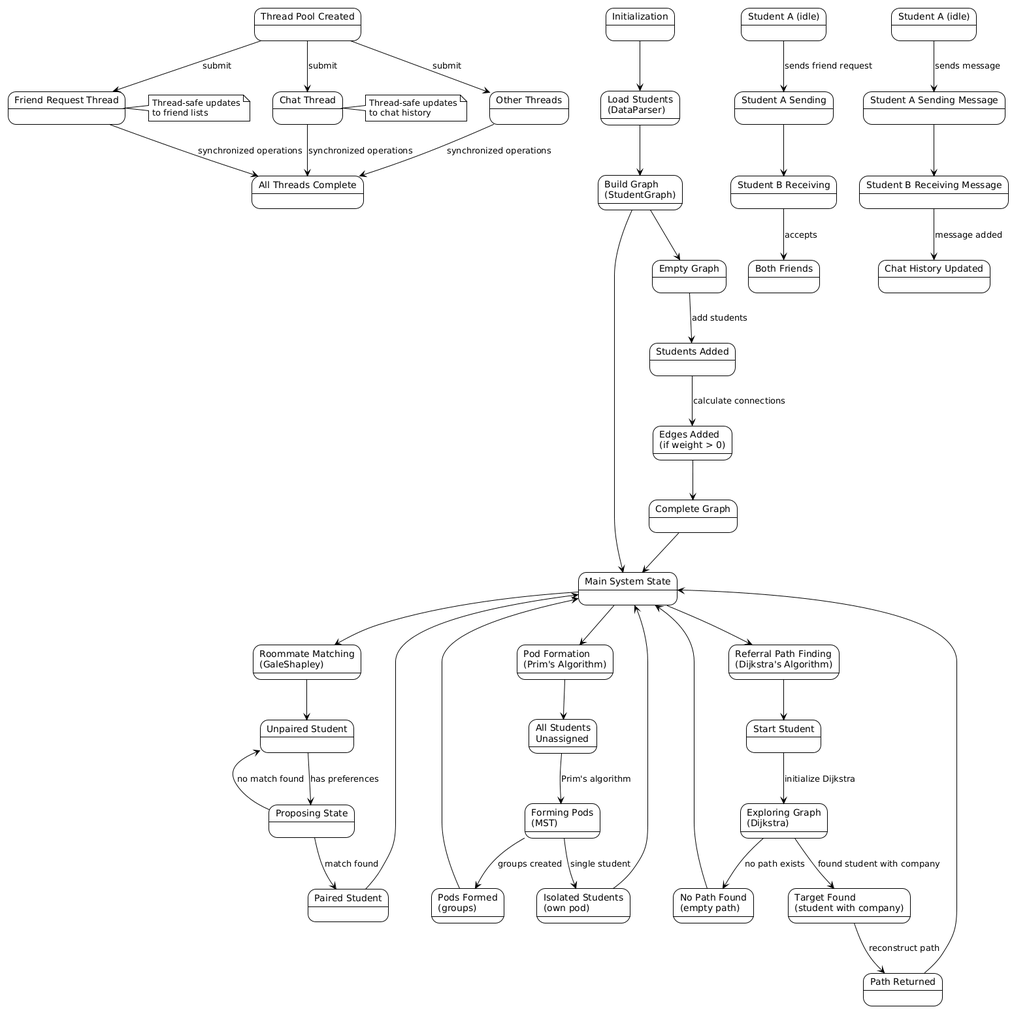
Earlier version of the PlantUML export State_Diagram.png (RyaneLi/LonghornNetwork). The source it was exported from:
```plantuml
@startuml
!theme plain

state "Initialization" as Init
state "Load Students\n(DataParser)" as Load
state "Build Graph\n(StudentGraph)" as Build
state "Main System State" as MainState

Init --> Load
Load --> Build
Build --> MainState

state "Roommate Matching\n(GaleShapley)" as Roommate
state "Pod Formation\n(Prim's Algorithm)" as Pod
state "Referral Path Finding\n(Dijkstra's Algorithm)" as Referral

MainState --> Roommate
MainState --> Pod
MainState --> Referral

state "Unpaired Student" as Unpaired
state "Proposing State" as Proposing
state "Paired Student" as Paired

Unpaired --> Proposing : has preferences
Proposing --> Paired : match found
Proposing --> Unpaired : no match found

Roommate --> Unpaired
Paired --> MainState

state "Student A (idle)" as IdleA
state "Student A Sending" as SendingA
state "Student B Receiving" as ReceivingB
state "Both Friends" as Friends

IdleA --> SendingA : sends friend request
SendingA --> ReceivingB
ReceivingB --> Friends : accepts

state "Student A (idle)" as ChatIdleA
state "Student A Sending Message" as ChatSendingA
state "Student B Receiving Message" as ChatReceivingB
state "Chat History Updated" as ChatUpdated

ChatIdleA --> ChatSendingA : sends message
ChatSendingA --> ChatReceivingB
ChatReceivingB --> ChatUpdated : message added

state "Empty Graph" as EmptyGraph
state "Students Added" as StudentsAdded
state "Edges Added\n(if weight > 0)" as EdgesAdded
state "Complete Graph" as CompleteGraph

EmptyGraph --> StudentsAdded : add students
StudentsAdded --> EdgesAdded : calculate connections
EdgesAdded --> CompleteGraph

Build --> EmptyGraph
CompleteGraph --> MainState

state "Start Student" as Start
state "Exploring Graph\n(Dijkstra)" as Exploring
state "Target Found\n(student with company)" as TargetFound
state "No Path Found\n(empty path)" as NoPath
state "Path Returned" as PathReturned

Start --> Exploring : initialize Dijkstra
Exploring --> TargetFound : found student with company
Exploring --> NoPath : no path exists
TargetFound --> PathReturned : reconstruct path

Referral --> Start
PathReturned --> MainState
NoPath --> MainState

state "All Students\nUnassigned" as Unassigned
state "Forming Pods\n(MST)" as Forming
state "Pods Formed\n(groups)" as PodsFormed
state "Isolated Students\n(own pod)" as Isolated

Unassigned --> Forming : Prim's algorithm
Forming --> PodsFormed : groups created
Forming --> Isolated : single student

Pod --> Unassigned
PodsFormed --> MainState
Isolated --> MainState

state "Thread Pool Created" as ThreadPool
state "Friend Request Thread" as FRThread
state "Chat Thread" as CThread
state "Other Threads" as OtherThreads
state "All Threads Complete" as ThreadsComplete

ThreadPool --> FRThread : submit
ThreadPool --> CThread : submit
ThreadPool --> OtherThreads : submit
FRThread --> ThreadsComplete : synchronized operations
CThread --> ThreadsComplete : synchronized operations
OtherThreads --> ThreadsComplete : synchronized operations

note right of FRThread
  Thread-safe updates
  to friend lists
end note

note right of CThread
  Thread-safe updates
  to chat history
end note
@enduml
```
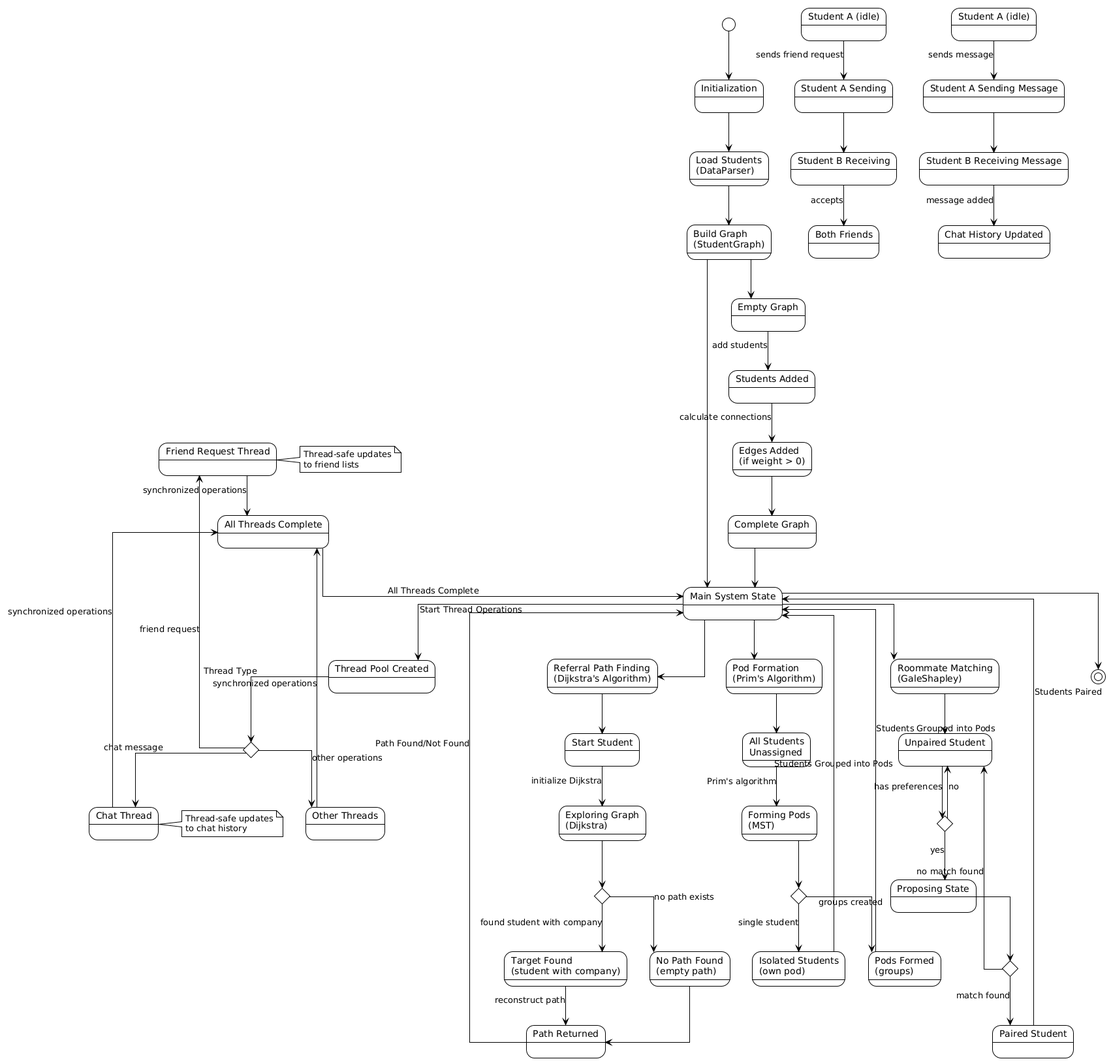
Later version of the same file.

Commit message:
updated state diagram

Diff of the diagram source:
```diff
@@ -1,5 +1,12 @@
 @startuml
 !theme plain
+skinparam linetype ortho
+skinparam StateStartEnd {
+    BackgroundColor black
+    BorderColor black
+}
+
+[*] --> Init
 
 state "Initialization" as Init
 state "Load Students\n(DataParser)" as Load
@@ -22,12 +29,19 @@
 state "Proposing State" as Proposing
 state "Paired Student" as Paired
 
-Unpaired --> Proposing : has preferences
-Proposing --> Paired : match found
-Proposing --> Unpaired : no match found
+Roommate --> Unpaired
 
-Roommate --> Unpaired
-Paired --> MainState
+Unpaired --> Decision1 : has preferences
+state Decision1 <<choice>>
+Decision1 --> Proposing : yes
+Decision1 --> Unpaired : no
+
+Proposing --> Decision2
+state Decision2 <<choice>>
+Decision2 --> Paired : match found
+Decision2 --> Unpaired : no match found
+
+Paired --> MainState : Students Paired
 
 state "Student A (idle)" as IdleA
 state "Student A Sending" as SendingA
@@ -52,11 +66,10 @@
 state "Edges Added\n(if weight > 0)" as EdgesAdded
 state "Complete Graph" as CompleteGraph
 
+Build --> EmptyGraph
 EmptyGraph --> StudentsAdded : add students
 StudentsAdded --> EdgesAdded : calculate connections
 EdgesAdded --> CompleteGraph
-
-Build --> EmptyGraph
 CompleteGraph --> MainState
 
 state "Start Student" as Start
@@ -65,27 +78,29 @@
 state "No Path Found\n(empty path)" as NoPath
 state "Path Returned" as PathReturned
 
+Referral --> Start
 Start --> Exploring : initialize Dijkstra
-Exploring --> TargetFound : found student with company
-Exploring --> NoPath : no path exists
+Exploring --> Decision3
+state Decision3 <<choice>>
+Decision3 --> TargetFound : found student with company
+Decision3 --> NoPath : no path exists
 TargetFound --> PathReturned : reconstruct path
-
-Referral --> Start
-PathReturned --> MainState
-NoPath --> MainState
+NoPath --> PathReturned
+PathReturned --> MainState : Path Found/Not Found
 
 state "All Students\nUnassigned" as Unassigned
 state "Forming Pods\n(MST)" as Forming
 state "Pods Formed\n(groups)" as PodsFormed
 state "Isolated Students\n(own pod)" as Isolated
 
+Pod --> Unassigned
 Unassigned --> Forming : Prim's algorithm
-Forming --> PodsFormed : groups created
-Forming --> Isolated : single student
-
-Pod --> Unassigned
-PodsFormed --> MainState
-Isolated --> MainState
+Forming --> Decision4
+state Decision4 <<choice>>
+Decision4 --> PodsFormed : groups created
+Decision4 --> Isolated : single student
+PodsFormed --> MainState : Students Grouped into Pods
+Isolated --> MainState : Students Grouped into Pods
 
 state "Thread Pool Created" as ThreadPool
 state "Friend Request Thread" as FRThread
@@ -93,12 +108,18 @@
 state "Other Threads" as OtherThreads
 state "All Threads Complete" as ThreadsComplete
 
-ThreadPool --> FRThread : submit
-ThreadPool --> CThread : submit
-ThreadPool --> OtherThreads : submit
+MainState --> ThreadPool : Start Thread Operations
+ThreadPool --> Decision5 : Thread Type
+state Decision5 <<choice>>
+Decision5 --> FRThread : friend request
+Decision5 --> CThread : chat message
+Decision5 --> OtherThreads : other operations
 FRThread --> ThreadsComplete : synchronized operations
 CThread --> ThreadsComplete : synchronized operations
 OtherThreads --> ThreadsComplete : synchronized operations
+ThreadsComplete --> MainState : All Threads Complete
+
+MainState --> [*]
 
 note right of FRThread
   Thread-safe updates
```
